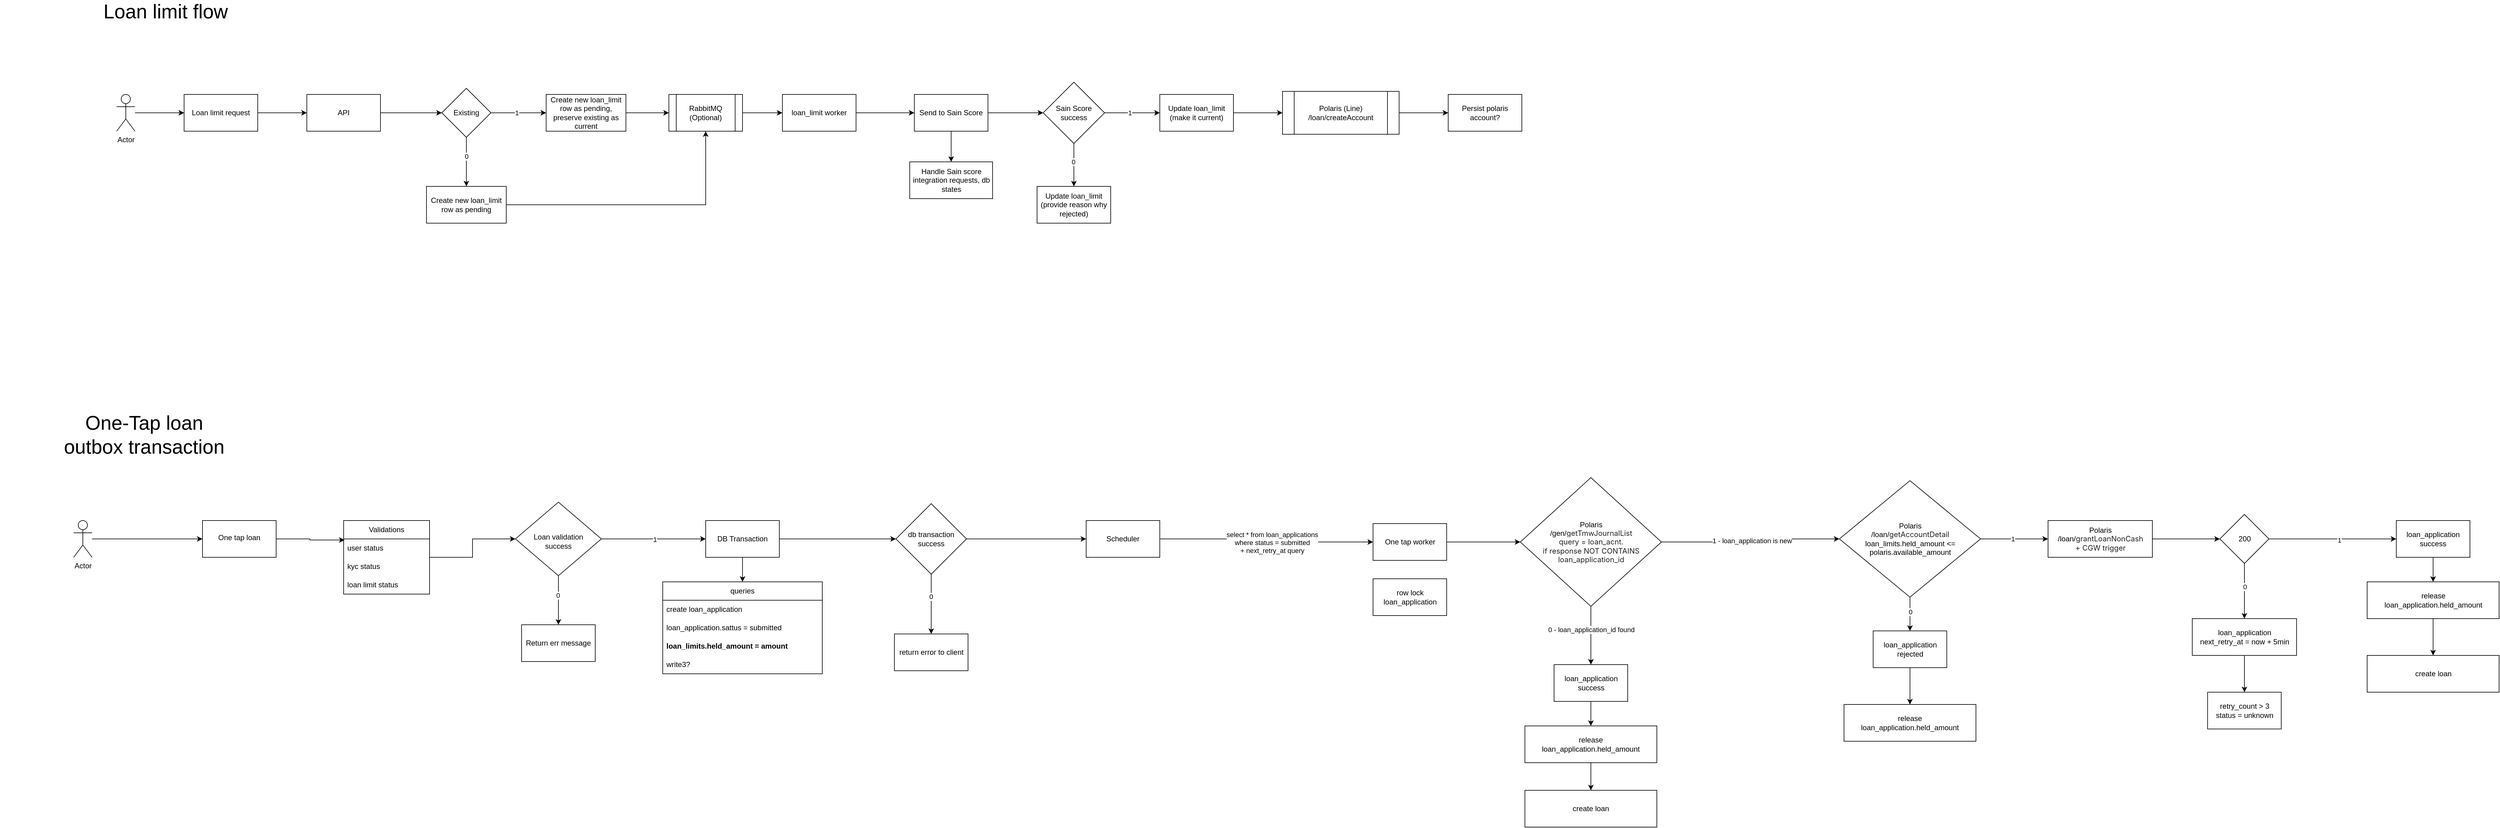
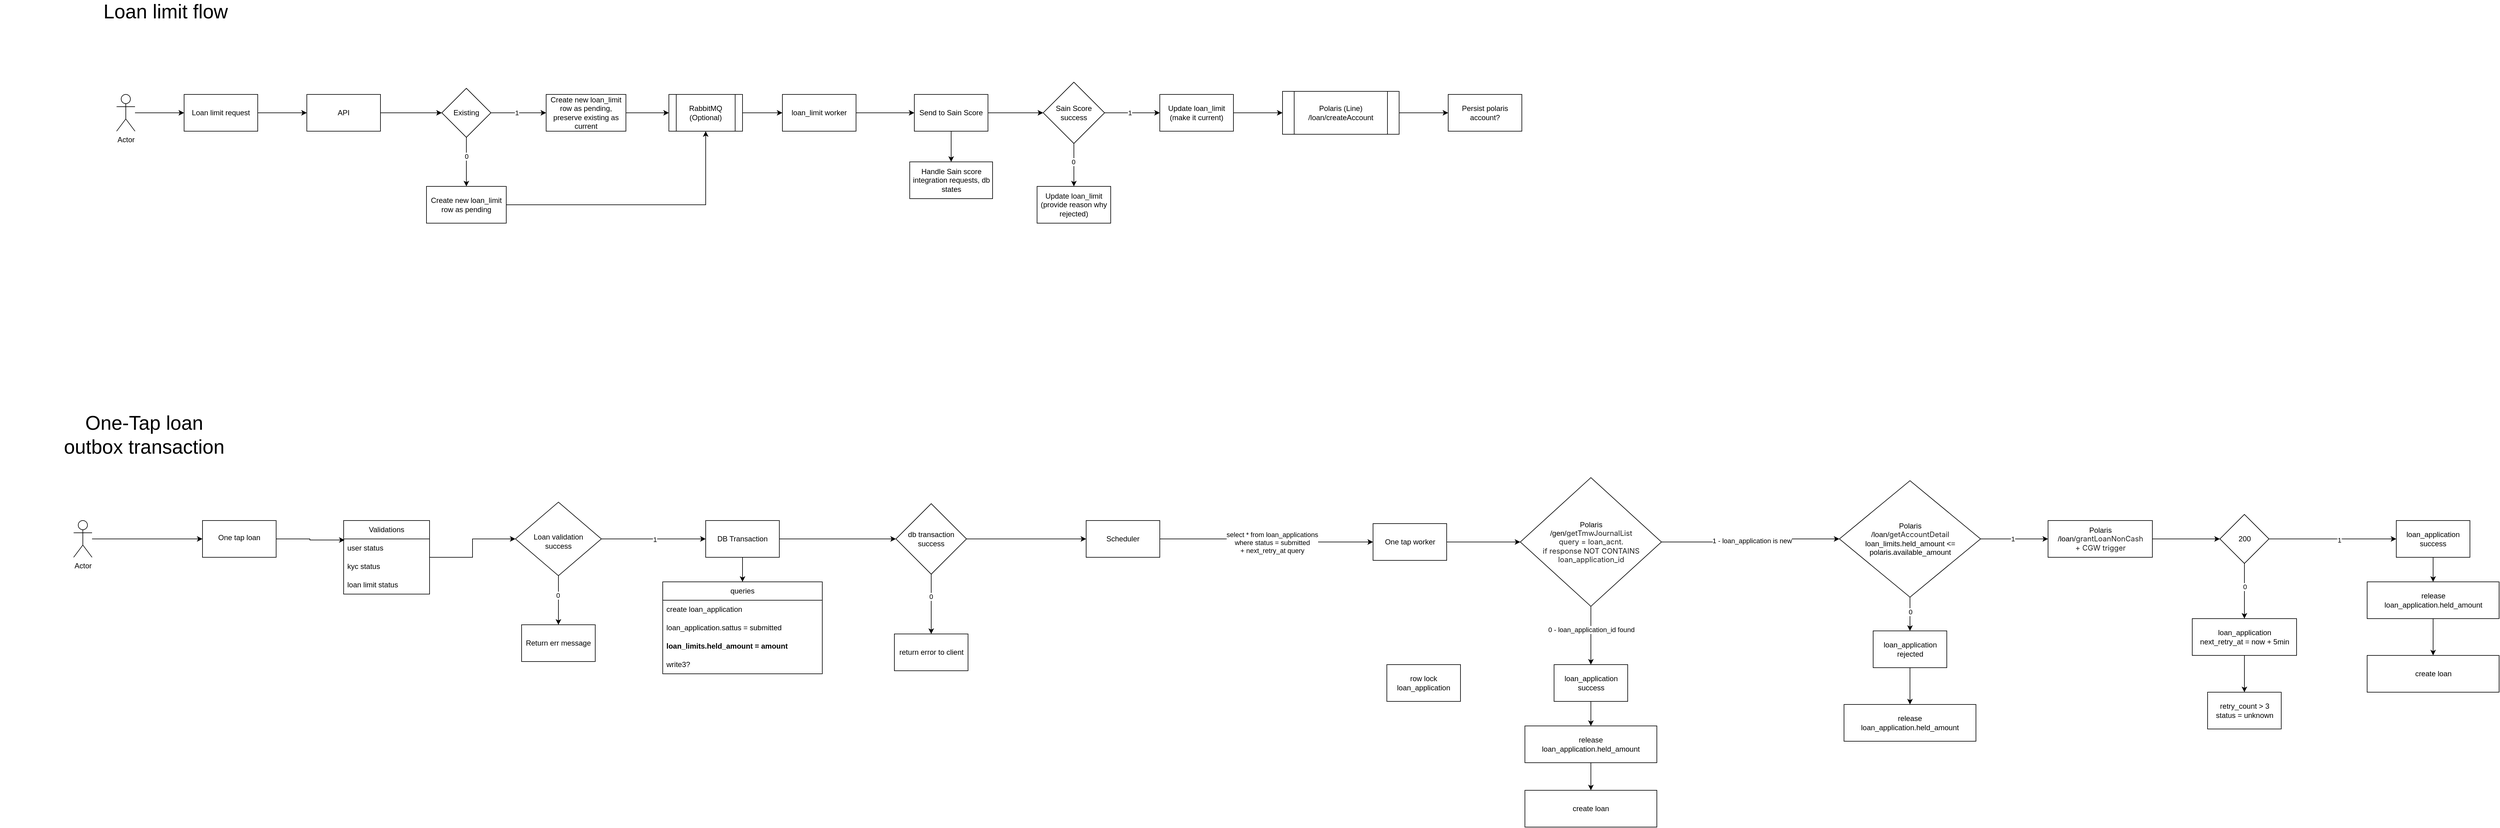
<mxfile host="app.diagrams.net">
  <diagram name="Page-1" id="VCBSuIh8bz7kurrQ0Zaz">
    <mxGraphModel dx="2067" dy="712" grid="1" gridSize="10" guides="1" tooltips="1" connect="1" arrows="1" fold="1" page="1" pageScale="1" pageWidth="850" pageHeight="1100" math="0" shadow="0">
      <root>
        <mxCell id="0" />
        <mxCell id="1" parent="0" />
        <mxCell id="KqixbsF9o6dLofBvsG9t-5" edge="1" parent="1" source="KqixbsF9o6dLofBvsG9t-1" style="edgeStyle=orthogonalEdgeStyle;rounded=0;orthogonalLoop=1;jettySize=auto;html=1;" target="KqixbsF9o6dLofBvsG9t-4" value="">
          <mxGeometry relative="1" as="geometry" />
        </mxCell>
        <mxCell id="KqixbsF9o6dLofBvsG9t-1" parent="1" style="rounded=0;whiteSpace=wrap;html=1;" value="Loan limit request" vertex="1">
          <mxGeometry height="60" width="120" x="150" y="210" as="geometry" />
        </mxCell>
        <mxCell id="KqixbsF9o6dLofBvsG9t-3" edge="1" parent="1" source="KqixbsF9o6dLofBvsG9t-2" style="edgeStyle=orthogonalEdgeStyle;rounded=0;orthogonalLoop=1;jettySize=auto;html=1;" target="KqixbsF9o6dLofBvsG9t-1" value="">
          <mxGeometry relative="1" as="geometry" />
        </mxCell>
        <mxCell id="KqixbsF9o6dLofBvsG9t-2" parent="1" style="shape=umlActor;verticalLabelPosition=bottom;verticalAlign=top;html=1;outlineConnect=0;" value="Actor" vertex="1">
          <mxGeometry height="60" width="30" x="40" y="210" as="geometry" />
        </mxCell>
        <mxCell id="KqixbsF9o6dLofBvsG9t-9" edge="1" parent="1" source="KqixbsF9o6dLofBvsG9t-4" style="edgeStyle=orthogonalEdgeStyle;rounded=0;orthogonalLoop=1;jettySize=auto;html=1;" target="KqixbsF9o6dLofBvsG9t-8" value="">
          <mxGeometry relative="1" as="geometry" />
        </mxCell>
        <mxCell id="KqixbsF9o6dLofBvsG9t-4" parent="1" style="rounded=0;whiteSpace=wrap;html=1;" value="API" vertex="1">
          <mxGeometry height="60" width="120" x="350" y="210" as="geometry" />
        </mxCell>
        <mxCell id="KqixbsF9o6dLofBvsG9t-11" edge="1" parent="1" source="KqixbsF9o6dLofBvsG9t-8" style="edgeStyle=orthogonalEdgeStyle;rounded=0;orthogonalLoop=1;jettySize=auto;html=1;" target="KqixbsF9o6dLofBvsG9t-10" value="">
          <mxGeometry relative="1" as="geometry" />
        </mxCell>
        <mxCell id="KqixbsF9o6dLofBvsG9t-12" connectable="0" parent="KqixbsF9o6dLofBvsG9t-11" style="edgeLabel;html=1;align=center;verticalAlign=middle;resizable=0;points=[];" value="1" vertex="1">
          <mxGeometry relative="1" x="-0.079" as="geometry">
            <mxPoint as="offset" />
          </mxGeometry>
        </mxCell>
        <mxCell id="KqixbsF9o6dLofBvsG9t-14" edge="1" parent="1" source="KqixbsF9o6dLofBvsG9t-8" style="edgeStyle=orthogonalEdgeStyle;rounded=0;orthogonalLoop=1;jettySize=auto;html=1;" target="KqixbsF9o6dLofBvsG9t-13" value="">
          <mxGeometry relative="1" as="geometry" />
        </mxCell>
        <mxCell id="KqixbsF9o6dLofBvsG9t-15" connectable="0" parent="KqixbsF9o6dLofBvsG9t-14" style="edgeLabel;html=1;align=center;verticalAlign=middle;resizable=0;points=[];" value="0" vertex="1">
          <mxGeometry relative="1" x="-0.2407" as="geometry">
            <mxPoint as="offset" />
          </mxGeometry>
        </mxCell>
        <mxCell id="KqixbsF9o6dLofBvsG9t-8" parent="1" style="rhombus;whiteSpace=wrap;html=1;rounded=0;" value="Existing" vertex="1">
          <mxGeometry height="80" width="80" x="570" y="200" as="geometry" />
        </mxCell>
        <mxCell id="KqixbsF9o6dLofBvsG9t-23" edge="1" parent="1" source="KqixbsF9o6dLofBvsG9t-10" style="edgeStyle=orthogonalEdgeStyle;rounded=0;orthogonalLoop=1;jettySize=auto;html=1;" target="KqixbsF9o6dLofBvsG9t-22" value="">
          <mxGeometry relative="1" as="geometry" />
        </mxCell>
        <mxCell id="KqixbsF9o6dLofBvsG9t-10" parent="1" style="whiteSpace=wrap;html=1;rounded=0;" value="Create new loan_limit row as pending, preserve existing as current" vertex="1">
          <mxGeometry height="60" width="130" x="740" y="210" as="geometry" />
        </mxCell>
        <mxCell id="KqixbsF9o6dLofBvsG9t-26" edge="1" parent="1" source="KqixbsF9o6dLofBvsG9t-13" style="edgeStyle=orthogonalEdgeStyle;rounded=0;orthogonalLoop=1;jettySize=auto;html=1;entryX=0.5;entryY=1;entryDx=0;entryDy=0;" target="KqixbsF9o6dLofBvsG9t-22">
          <mxGeometry relative="1" as="geometry" />
        </mxCell>
        <mxCell id="KqixbsF9o6dLofBvsG9t-13" parent="1" style="whiteSpace=wrap;html=1;rounded=0;" value="Create new loan_limit row as pending" vertex="1">
          <mxGeometry height="60" width="130" x="545" y="360" as="geometry" />
        </mxCell>
        <mxCell id="KqixbsF9o6dLofBvsG9t-25" edge="1" parent="1" source="KqixbsF9o6dLofBvsG9t-22" style="edgeStyle=orthogonalEdgeStyle;rounded=0;orthogonalLoop=1;jettySize=auto;html=1;" target="KqixbsF9o6dLofBvsG9t-24" value="">
          <mxGeometry relative="1" as="geometry" />
        </mxCell>
        <mxCell id="KqixbsF9o6dLofBvsG9t-22" parent="1" style="shape=process;whiteSpace=wrap;html=1;backgroundOutline=1;rounded=0;" value="RabbitMQ (Optional)" vertex="1">
          <mxGeometry height="60" width="120" x="940" y="210" as="geometry" />
        </mxCell>
        <mxCell id="KqixbsF9o6dLofBvsG9t-28" edge="1" parent="1" source="KqixbsF9o6dLofBvsG9t-24" style="edgeStyle=orthogonalEdgeStyle;rounded=0;orthogonalLoop=1;jettySize=auto;html=1;" target="KqixbsF9o6dLofBvsG9t-27" value="">
          <mxGeometry relative="1" as="geometry" />
        </mxCell>
        <mxCell id="KqixbsF9o6dLofBvsG9t-24" parent="1" style="whiteSpace=wrap;html=1;rounded=0;" value="loan_limit worker" vertex="1">
          <mxGeometry height="60" width="120" x="1125" y="210" as="geometry" />
        </mxCell>
        <mxCell id="KqixbsF9o6dLofBvsG9t-30" edge="1" parent="1" source="KqixbsF9o6dLofBvsG9t-27" style="edgeStyle=orthogonalEdgeStyle;rounded=0;orthogonalLoop=1;jettySize=auto;html=1;" target="KqixbsF9o6dLofBvsG9t-29" value="">
          <mxGeometry relative="1" as="geometry" />
        </mxCell>
        <mxCell id="KqixbsF9o6dLofBvsG9t-38" edge="1" parent="1" source="KqixbsF9o6dLofBvsG9t-27" style="edgeStyle=orthogonalEdgeStyle;rounded=0;orthogonalLoop=1;jettySize=auto;html=1;" target="KqixbsF9o6dLofBvsG9t-37" value="">
          <mxGeometry relative="1" as="geometry" />
        </mxCell>
        <mxCell id="KqixbsF9o6dLofBvsG9t-27" parent="1" style="whiteSpace=wrap;html=1;rounded=0;" value="Send to Sain Score" vertex="1">
          <mxGeometry height="60" width="120" x="1340" y="210" as="geometry" />
        </mxCell>
        <mxCell id="KqixbsF9o6dLofBvsG9t-32" edge="1" parent="1" source="KqixbsF9o6dLofBvsG9t-29" style="edgeStyle=orthogonalEdgeStyle;rounded=0;orthogonalLoop=1;jettySize=auto;html=1;" target="KqixbsF9o6dLofBvsG9t-31" value="">
          <mxGeometry relative="1" as="geometry" />
        </mxCell>
        <mxCell id="KqixbsF9o6dLofBvsG9t-33" connectable="0" parent="KqixbsF9o6dLofBvsG9t-32" style="edgeLabel;html=1;align=center;verticalAlign=middle;resizable=0;points=[];" value="1" vertex="1">
          <mxGeometry relative="1" x="-0.1048" as="geometry">
            <mxPoint as="offset" />
          </mxGeometry>
        </mxCell>
        <mxCell id="KqixbsF9o6dLofBvsG9t-35" edge="1" parent="1" source="KqixbsF9o6dLofBvsG9t-29" style="edgeStyle=orthogonalEdgeStyle;rounded=0;orthogonalLoop=1;jettySize=auto;html=1;" target="KqixbsF9o6dLofBvsG9t-34" value="">
          <mxGeometry relative="1" as="geometry" />
        </mxCell>
        <mxCell id="KqixbsF9o6dLofBvsG9t-36" connectable="0" parent="KqixbsF9o6dLofBvsG9t-35" style="edgeLabel;html=1;align=center;verticalAlign=middle;resizable=0;points=[];" value="0" vertex="1">
          <mxGeometry relative="1" x="-0.1429" y="-1" as="geometry">
            <mxPoint as="offset" />
          </mxGeometry>
        </mxCell>
        <mxCell id="KqixbsF9o6dLofBvsG9t-29" parent="1" style="rhombus;whiteSpace=wrap;html=1;rounded=0;" value="Sain Score success" vertex="1">
          <mxGeometry height="100" width="100" x="1550" y="190" as="geometry" />
        </mxCell>
        <mxCell id="KqixbsF9o6dLofBvsG9t-66" edge="1" parent="1" source="KqixbsF9o6dLofBvsG9t-31" style="edgeStyle=orthogonalEdgeStyle;rounded=0;orthogonalLoop=1;jettySize=auto;html=1;" target="KqixbsF9o6dLofBvsG9t-65" value="">
          <mxGeometry relative="1" as="geometry" />
        </mxCell>
        <mxCell id="KqixbsF9o6dLofBvsG9t-31" parent="1" style="whiteSpace=wrap;html=1;rounded=0;" value="Update loan_limit (make it current)" vertex="1">
          <mxGeometry height="60" width="120" x="1740" y="210" as="geometry" />
        </mxCell>
        <mxCell id="KqixbsF9o6dLofBvsG9t-34" parent="1" style="whiteSpace=wrap;html=1;rounded=0;" value="Update loan_limit&lt;br&gt;(provide reason why rejected)" vertex="1">
          <mxGeometry height="60" width="120" x="1540" y="360" as="geometry" />
        </mxCell>
        <mxCell id="KqixbsF9o6dLofBvsG9t-37" parent="1" style="whiteSpace=wrap;html=1;rounded=0;" value="Handle Sain score integration requests, db states" vertex="1">
          <mxGeometry height="60" width="135" x="1332.5" y="320" as="geometry" />
        </mxCell>
        <mxCell id="KqixbsF9o6dLofBvsG9t-40" parent="1" style="text;html=1;whiteSpace=wrap;strokeColor=none;fillColor=none;align=center;verticalAlign=middle;rounded=0;fontSize=32;" value="Loan limit flow" vertex="1">
          <mxGeometry height="30" width="260" x="-10" y="60" as="geometry" />
        </mxCell>
        <mxCell id="KqixbsF9o6dLofBvsG9t-74" edge="1" parent="1" source="KqixbsF9o6dLofBvsG9t-65" style="edgeStyle=orthogonalEdgeStyle;rounded=0;orthogonalLoop=1;jettySize=auto;html=1;" target="KqixbsF9o6dLofBvsG9t-73" value="">
          <mxGeometry relative="1" as="geometry" />
        </mxCell>
        <mxCell id="KqixbsF9o6dLofBvsG9t-65" parent="1" style="shape=process;whiteSpace=wrap;html=1;backgroundOutline=1;rounded=0;" value="Polaris (Line)&lt;br&gt;/loan/createAccount" vertex="1">
          <mxGeometry height="70" width="190" x="1940" y="205" as="geometry" />
        </mxCell>
        <mxCell id="KqixbsF9o6dLofBvsG9t-73" parent="1" style="whiteSpace=wrap;html=1;rounded=0;" value="Persist polaris account?" vertex="1">
          <mxGeometry height="60" width="120" x="2210" y="210" as="geometry" />
        </mxCell>
        <mxCell id="U8Ajh8Gpa-m2DNKNFQys-1" parent="1" style="text;html=1;whiteSpace=wrap;strokeColor=none;fillColor=none;align=center;verticalAlign=middle;rounded=0;fontSize=32;" value="One-Tap loan&lt;br&gt;outbox transaction" vertex="1">
          <mxGeometry height="30" width="470" x="-150" y="750" as="geometry" />
        </mxCell>
        <mxCell id="In8fDh9ZLN2M87an2Miy-1" edge="1" parent="1" source="In8fDh9ZLN2M87an2Miy-2" style="edgeStyle=orthogonalEdgeStyle;rounded=0;orthogonalLoop=1;jettySize=auto;html=1;" target="In8fDh9ZLN2M87an2Miy-4" value="">
          <mxGeometry relative="1" as="geometry" />
        </mxCell>
        <mxCell id="In8fDh9ZLN2M87an2Miy-2" parent="1" style="shape=umlActor;verticalLabelPosition=bottom;verticalAlign=top;html=1;outlineConnect=0;" value="Actor" vertex="1">
          <mxGeometry height="60" width="30" x="-30" y="905" as="geometry" />
        </mxCell>
        <mxCell id="In8fDh9ZLN2M87an2Miy-3" edge="1" parent="1" source="In8fDh9ZLN2M87an2Miy-4" style="edgeStyle=orthogonalEdgeStyle;rounded=0;orthogonalLoop=1;jettySize=auto;html=1;entryX=0.011;entryY=0.06;entryDx=0;entryDy=0;entryPerimeter=0;" target="In8fDh9ZLN2M87an2Miy-28" value="">
          <mxGeometry relative="1" as="geometry">
            <mxPoint x="390" y="935" as="targetPoint" />
          </mxGeometry>
        </mxCell>
        <mxCell id="In8fDh9ZLN2M87an2Miy-4" parent="1" style="whiteSpace=wrap;html=1;verticalAlign=top;" value="&lt;div&gt;&lt;br&gt;&lt;/div&gt;&lt;div&gt;One tap loan&lt;/div&gt;" vertex="1">
          <mxGeometry height="60" width="120" x="180" y="905" as="geometry" />
        </mxCell>
        <mxCell id="In8fDh9ZLN2M87an2Miy-5" edge="1" parent="1" source="In8fDh9ZLN2M87an2Miy-9" style="edgeStyle=orthogonalEdgeStyle;rounded=0;orthogonalLoop=1;jettySize=auto;html=1;" target="In8fDh9ZLN2M87an2Miy-12" value="">
          <mxGeometry relative="1" as="geometry" />
        </mxCell>
        <mxCell id="In8fDh9ZLN2M87an2Miy-6" connectable="0" parent="In8fDh9ZLN2M87an2Miy-5" style="edgeLabel;html=1;align=center;verticalAlign=middle;resizable=0;points=[];" value="1" vertex="1">
          <mxGeometry relative="1" x="0.0162" y="-1" as="geometry">
            <mxPoint as="offset" />
          </mxGeometry>
        </mxCell>
        <mxCell id="In8fDh9ZLN2M87an2Miy-7" edge="1" parent="1" source="In8fDh9ZLN2M87an2Miy-9" style="edgeStyle=orthogonalEdgeStyle;rounded=0;orthogonalLoop=1;jettySize=auto;html=1;" target="In8fDh9ZLN2M87an2Miy-13" value="">
          <mxGeometry relative="1" as="geometry" />
        </mxCell>
        <mxCell id="In8fDh9ZLN2M87an2Miy-8" connectable="0" parent="In8fDh9ZLN2M87an2Miy-7" style="edgeLabel;html=1;align=center;verticalAlign=middle;resizable=0;points=[];" value="0" vertex="1">
          <mxGeometry relative="1" x="-0.2091" y="-1" as="geometry">
            <mxPoint as="offset" />
          </mxGeometry>
        </mxCell>
        <mxCell id="In8fDh9ZLN2M87an2Miy-9" parent="1" style="rhombus;whiteSpace=wrap;html=1;verticalAlign=top;" value="&lt;br&gt;&lt;br&gt;&lt;div&gt;&lt;br&gt;&lt;/div&gt;&lt;div&gt;Loan validation&lt;br&gt;success&lt;/div&gt;" vertex="1">
          <mxGeometry height="120" width="140" x="690" y="875" as="geometry" />
        </mxCell>
        <mxCell id="In8fDh9ZLN2M87an2Miy-10" edge="1" parent="1" source="In8fDh9ZLN2M87an2Miy-12" style="edgeStyle=orthogonalEdgeStyle;rounded=0;orthogonalLoop=1;jettySize=auto;html=1;entryX=0.5;entryY=0;entryDx=0;entryDy=0;" target="In8fDh9ZLN2M87an2Miy-14">
          <mxGeometry relative="1" as="geometry" />
        </mxCell>
        <mxCell id="In8fDh9ZLN2M87an2Miy-54" edge="1" parent="1" source="In8fDh9ZLN2M87an2Miy-105" style="edgeStyle=orthogonalEdgeStyle;rounded=0;orthogonalLoop=1;jettySize=auto;html=1;exitX=1;exitY=0.5;exitDx=0;exitDy=0;" target="In8fDh9ZLN2M87an2Miy-53" value="">
          <mxGeometry relative="1" as="geometry">
            <mxPoint x="1830" y="940" as="sourcePoint" />
          </mxGeometry>
        </mxCell>
        <mxCell id="In8fDh9ZLN2M87an2Miy-55" connectable="0" parent="In8fDh9ZLN2M87an2Miy-54" style="edgeLabel;html=1;align=center;verticalAlign=middle;resizable=0;points=[];" value="select * from loan_applications&lt;br&gt;where status = submitted&lt;br&gt;+ next_retry_at query" vertex="1">
          <mxGeometry relative="1" x="0.0637" y="-1" as="geometry">
            <mxPoint as="offset" />
          </mxGeometry>
        </mxCell>
        <mxCell id="In8fDh9ZLN2M87an2Miy-99" edge="1" parent="1" source="In8fDh9ZLN2M87an2Miy-12" style="edgeStyle=orthogonalEdgeStyle;rounded=0;orthogonalLoop=1;jettySize=auto;html=1;" target="In8fDh9ZLN2M87an2Miy-98" value="">
          <mxGeometry relative="1" as="geometry" />
        </mxCell>
        <mxCell id="In8fDh9ZLN2M87an2Miy-12" parent="1" style="whiteSpace=wrap;html=1;verticalAlign=middle;" value="DB Transaction" vertex="1">
          <mxGeometry height="60" width="120" x="1000" y="905" as="geometry" />
        </mxCell>
        <mxCell id="In8fDh9ZLN2M87an2Miy-13" parent="1" style="whiteSpace=wrap;html=1;verticalAlign=middle;" value="Return err message" vertex="1">
          <mxGeometry height="60" width="120" x="700" y="1075" as="geometry" />
        </mxCell>
        <mxCell id="In8fDh9ZLN2M87an2Miy-14" parent="1" style="swimlane;fontStyle=0;childLayout=stackLayout;horizontal=1;startSize=30;horizontalStack=0;resizeParent=1;resizeParentMax=0;resizeLast=0;collapsible=1;marginBottom=0;whiteSpace=wrap;html=1;" value="queries" vertex="1">
          <mxGeometry height="150" width="260" x="930" y="1005" as="geometry" />
        </mxCell>
        <mxCell id="In8fDh9ZLN2M87an2Miy-15" parent="In8fDh9ZLN2M87an2Miy-14" style="text;strokeColor=none;fillColor=none;align=left;verticalAlign=middle;spacingLeft=4;spacingRight=4;overflow=hidden;points=[[0,0.5],[1,0.5]];portConstraint=eastwest;rotatable=0;whiteSpace=wrap;html=1;" value="create loan_application" vertex="1">
          <mxGeometry height="30" width="260" y="30" as="geometry" />
        </mxCell>
        <mxCell id="In8fDh9ZLN2M87an2Miy-104" parent="In8fDh9ZLN2M87an2Miy-14" style="text;strokeColor=none;fillColor=none;align=left;verticalAlign=middle;spacingLeft=4;spacingRight=4;overflow=hidden;points=[[0,0.5],[1,0.5]];portConstraint=eastwest;rotatable=0;whiteSpace=wrap;html=1;" value="loan_application.sattus = submitted" vertex="1">
          <mxGeometry height="30" width="260" y="60" as="geometry" />
        </mxCell>
        <mxCell id="In8fDh9ZLN2M87an2Miy-16" parent="In8fDh9ZLN2M87an2Miy-14" style="text;strokeColor=none;fillColor=none;align=left;verticalAlign=middle;spacingLeft=4;spacingRight=4;overflow=hidden;points=[[0,0.5],[1,0.5]];portConstraint=eastwest;rotatable=0;whiteSpace=wrap;html=1;fontStyle=1" value="loan_limits.held_amount = amount" vertex="1">
          <mxGeometry height="30" width="260" y="90" as="geometry" />
        </mxCell>
        <mxCell id="In8fDh9ZLN2M87an2Miy-17" parent="In8fDh9ZLN2M87an2Miy-14" style="text;strokeColor=none;fillColor=none;align=left;verticalAlign=middle;spacingLeft=4;spacingRight=4;overflow=hidden;points=[[0,0.5],[1,0.5]];portConstraint=eastwest;rotatable=0;whiteSpace=wrap;html=1;" value="write3?" vertex="1">
          <mxGeometry height="30" width="260" y="120" as="geometry" />
        </mxCell>
        <mxCell id="In8fDh9ZLN2M87an2Miy-32" edge="1" parent="1" source="In8fDh9ZLN2M87an2Miy-27" style="edgeStyle=orthogonalEdgeStyle;rounded=0;orthogonalLoop=1;jettySize=auto;html=1;entryX=0;entryY=0.5;entryDx=0;entryDy=0;" target="In8fDh9ZLN2M87an2Miy-9">
          <mxGeometry relative="1" as="geometry" />
        </mxCell>
        <mxCell id="In8fDh9ZLN2M87an2Miy-27" parent="1" style="swimlane;fontStyle=0;childLayout=stackLayout;horizontal=1;startSize=30;horizontalStack=0;resizeParent=1;resizeParentMax=0;resizeLast=0;collapsible=1;marginBottom=0;whiteSpace=wrap;html=1;" value="Validations" vertex="1">
          <mxGeometry height="120" width="140" x="410" y="905" as="geometry" />
        </mxCell>
        <mxCell id="In8fDh9ZLN2M87an2Miy-28" parent="In8fDh9ZLN2M87an2Miy-27" style="text;strokeColor=none;fillColor=none;align=left;verticalAlign=middle;spacingLeft=4;spacingRight=4;overflow=hidden;points=[[0,0.5],[1,0.5]];portConstraint=eastwest;rotatable=0;whiteSpace=wrap;html=1;" value="user status" vertex="1">
          <mxGeometry height="30" width="140" y="30" as="geometry" />
        </mxCell>
        <mxCell id="In8fDh9ZLN2M87an2Miy-29" parent="In8fDh9ZLN2M87an2Miy-27" style="text;strokeColor=none;fillColor=none;align=left;verticalAlign=middle;spacingLeft=4;spacingRight=4;overflow=hidden;points=[[0,0.5],[1,0.5]];portConstraint=eastwest;rotatable=0;whiteSpace=wrap;html=1;" value="kyc status" vertex="1">
          <mxGeometry height="30" width="140" y="60" as="geometry" />
        </mxCell>
        <mxCell id="In8fDh9ZLN2M87an2Miy-33" parent="In8fDh9ZLN2M87an2Miy-27" style="text;strokeColor=none;fillColor=none;align=left;verticalAlign=middle;spacingLeft=4;spacingRight=4;overflow=hidden;points=[[0,0.5],[1,0.5]];portConstraint=eastwest;rotatable=0;whiteSpace=wrap;html=1;" value="loan limit status" vertex="1">
          <mxGeometry height="30" width="140" y="90" as="geometry" />
        </mxCell>
        <mxCell id="In8fDh9ZLN2M87an2Miy-70" edge="1" parent="1" source="In8fDh9ZLN2M87an2Miy-53" style="edgeStyle=orthogonalEdgeStyle;rounded=0;orthogonalLoop=1;jettySize=auto;html=1;entryX=0;entryY=0.5;entryDx=0;entryDy=0;" target="In8fDh9ZLN2M87an2Miy-69">
          <mxGeometry relative="1" as="geometry" />
        </mxCell>
        <mxCell id="In8fDh9ZLN2M87an2Miy-53" parent="1" style="whiteSpace=wrap;html=1;" value="One tap worker" vertex="1">
          <mxGeometry height="60" width="120" x="2087.5" y="910" as="geometry" />
        </mxCell>
        <mxCell id="In8fDh9ZLN2M87an2Miy-67" edge="1" parent="1" source="In8fDh9ZLN2M87an2Miy-58" style="edgeStyle=orthogonalEdgeStyle;rounded=0;orthogonalLoop=1;jettySize=auto;html=1;entryX=0;entryY=0.5;entryDx=0;entryDy=0;" target="In8fDh9ZLN2M87an2Miy-66" value="">
          <mxGeometry relative="1" as="geometry">
            <mxPoint x="3482.5" y="935" as="targetPoint" />
          </mxGeometry>
        </mxCell>
        <mxCell id="In8fDh9ZLN2M87an2Miy-58" parent="1" style="whiteSpace=wrap;html=1;" value="Polaris /loan/&lt;span style=&quot;color: rgb(33, 33, 33); font-family: Inter, system-ui, -apple-system, &amp;quot;system-ui&amp;quot;, &amp;quot;Segoe UI&amp;quot;, Roboto, Oxygen, Ubuntu, Cantarell, &amp;quot;Fira Sans&amp;quot;, &amp;quot;Droid Sans&amp;quot;, Helvetica, Arial, sans-serif; text-align: left; white-space: pre-wrap; background-color: rgb(255, 255, 255);&quot;&gt;grantLoanNonCash&lt;br/&gt;+ CGW trigger&lt;/span&gt;" vertex="1">
          <mxGeometry height="60" width="170" x="3187.5" y="905" as="geometry" />
        </mxCell>
        <mxCell id="In8fDh9ZLN2M87an2Miy-62" edge="1" parent="1" source="In8fDh9ZLN2M87an2Miy-59" style="edgeStyle=orthogonalEdgeStyle;rounded=0;orthogonalLoop=1;jettySize=auto;html=1;" target="In8fDh9ZLN2M87an2Miy-61" value="">
          <mxGeometry relative="1" as="geometry" />
        </mxCell>
        <mxCell id="In8fDh9ZLN2M87an2Miy-91" connectable="0" parent="In8fDh9ZLN2M87an2Miy-62" style="edgeLabel;html=1;align=center;verticalAlign=middle;resizable=0;points=[];" value="0" vertex="1">
          <mxGeometry relative="1" x="-0.1431" as="geometry">
            <mxPoint as="offset" />
          </mxGeometry>
        </mxCell>
        <mxCell id="In8fDh9ZLN2M87an2Miy-65" edge="1" parent="1" source="In8fDh9ZLN2M87an2Miy-59" style="edgeStyle=orthogonalEdgeStyle;rounded=0;orthogonalLoop=1;jettySize=auto;html=1;" target="In8fDh9ZLN2M87an2Miy-58">
          <mxGeometry relative="1" as="geometry" />
        </mxCell>
        <mxCell id="In8fDh9ZLN2M87an2Miy-90" connectable="0" parent="In8fDh9ZLN2M87an2Miy-65" style="edgeLabel;html=1;align=center;verticalAlign=middle;resizable=0;points=[];" value="1" vertex="1">
          <mxGeometry relative="1" x="-0.0451" as="geometry">
            <mxPoint as="offset" />
          </mxGeometry>
        </mxCell>
        <mxCell id="In8fDh9ZLN2M87an2Miy-59" parent="1" style="rhombus;whiteSpace=wrap;html=1;" value="Polaris&lt;br&gt;/loan/&lt;span style=&quot;color: rgb(33, 33, 33); font-family: Inter, system-ui, -apple-system, &amp;quot;system-ui&amp;quot;, &amp;quot;Segoe UI&amp;quot;, Roboto, Oxygen, Ubuntu, Cantarell, &amp;quot;Fira Sans&amp;quot;, &amp;quot;Droid Sans&amp;quot;, Helvetica, Arial, sans-serif; text-align: left; white-space: pre-wrap; background-color: rgb(255, 255, 255);&quot;&gt;getAccountDetail&lt;/span&gt;&lt;br&gt;loan_limits.held_amount &amp;lt;= polaris.available_amount" vertex="1">
          <mxGeometry height="190" width="230" x="2847.5" y="840" as="geometry" />
        </mxCell>
        <mxCell id="In8fDh9ZLN2M87an2Miy-64" edge="1" parent="1" source="In8fDh9ZLN2M87an2Miy-61" style="edgeStyle=orthogonalEdgeStyle;rounded=0;orthogonalLoop=1;jettySize=auto;html=1;" target="In8fDh9ZLN2M87an2Miy-63" value="">
          <mxGeometry relative="1" as="geometry" />
        </mxCell>
        <mxCell id="In8fDh9ZLN2M87an2Miy-61" parent="1" style="whiteSpace=wrap;html=1;" value="loan_application&lt;br&gt;rejected" vertex="1">
          <mxGeometry height="60" width="120" x="2902.5" y="1085" as="geometry" />
        </mxCell>
        <mxCell id="In8fDh9ZLN2M87an2Miy-63" parent="1" style="whiteSpace=wrap;html=1;" value="release &lt;br&gt;loan_application.held_amount" vertex="1">
          <mxGeometry height="60" width="215" x="2855" y="1205" as="geometry" />
        </mxCell>
        <mxCell id="In8fDh9ZLN2M87an2Miy-81" edge="1" parent="1" source="In8fDh9ZLN2M87an2Miy-66" style="edgeStyle=orthogonalEdgeStyle;rounded=0;orthogonalLoop=1;jettySize=auto;html=1;entryX=0;entryY=0.5;entryDx=0;entryDy=0;" target="In8fDh9ZLN2M87an2Miy-79">
          <mxGeometry relative="1" as="geometry" />
        </mxCell>
        <mxCell id="In8fDh9ZLN2M87an2Miy-92" connectable="0" parent="In8fDh9ZLN2M87an2Miy-81" style="edgeLabel;html=1;align=center;verticalAlign=middle;resizable=0;points=[];" value="1" vertex="1">
          <mxGeometry relative="1" x="0.1055" y="-2" as="geometry">
            <mxPoint as="offset" />
          </mxGeometry>
        </mxCell>
        <mxCell id="In8fDh9ZLN2M87an2Miy-83" edge="1" parent="1" source="In8fDh9ZLN2M87an2Miy-66" style="edgeStyle=orthogonalEdgeStyle;rounded=0;orthogonalLoop=1;jettySize=auto;html=1;" target="In8fDh9ZLN2M87an2Miy-82" value="">
          <mxGeometry relative="1" as="geometry" />
        </mxCell>
        <mxCell id="In8fDh9ZLN2M87an2Miy-93" connectable="0" parent="In8fDh9ZLN2M87an2Miy-83" style="edgeLabel;html=1;align=center;verticalAlign=middle;resizable=0;points=[];" value="0" vertex="1">
          <mxGeometry relative="1" x="-0.1623" as="geometry">
            <mxPoint as="offset" />
          </mxGeometry>
        </mxCell>
        <mxCell id="In8fDh9ZLN2M87an2Miy-66" parent="1" style="rhombus;whiteSpace=wrap;html=1;" value="200" vertex="1">
          <mxGeometry height="80" width="80" x="3467.5" y="895" as="geometry" />
        </mxCell>
        <mxCell id="In8fDh9ZLN2M87an2Miy-68" parent="1" style="whiteSpace=wrap;html=1;" value="row lock&lt;br&gt;loan_application" vertex="1">
-           <mxGeometry height="60" width="120" x="2087.5" y="1000" as="geometry" />
+           <mxGeometry height="60" width="120" x="2110" y="1140" as="geometry" />
        </mxCell>
        <mxCell id="In8fDh9ZLN2M87an2Miy-71" edge="1" parent="1" source="In8fDh9ZLN2M87an2Miy-69" style="edgeStyle=orthogonalEdgeStyle;rounded=0;orthogonalLoop=1;jettySize=auto;html=1;entryX=0;entryY=0.5;entryDx=0;entryDy=0;" target="In8fDh9ZLN2M87an2Miy-59">
          <mxGeometry relative="1" as="geometry" />
        </mxCell>
        <mxCell id="In8fDh9ZLN2M87an2Miy-77" connectable="0" parent="In8fDh9ZLN2M87an2Miy-71" style="edgeLabel;html=1;align=center;verticalAlign=middle;resizable=0;points=[];" value="1 - loan_application is new" vertex="1">
          <mxGeometry relative="1" x="0.0312" y="-3" as="geometry">
            <mxPoint as="offset" />
          </mxGeometry>
        </mxCell>
        <mxCell id="In8fDh9ZLN2M87an2Miy-73" edge="1" parent="1" source="In8fDh9ZLN2M87an2Miy-69" style="edgeStyle=orthogonalEdgeStyle;rounded=0;orthogonalLoop=1;jettySize=auto;html=1;" target="In8fDh9ZLN2M87an2Miy-72" value="">
          <mxGeometry relative="1" as="geometry" />
        </mxCell>
        <mxCell id="In8fDh9ZLN2M87an2Miy-74" connectable="0" parent="In8fDh9ZLN2M87an2Miy-73" style="edgeLabel;html=1;align=center;verticalAlign=middle;resizable=0;points=[];" value="0 - loan_application_id found" vertex="1">
          <mxGeometry relative="1" x="-0.1975" as="geometry">
            <mxPoint as="offset" />
          </mxGeometry>
        </mxCell>
        <mxCell id="In8fDh9ZLN2M87an2Miy-69" parent="1" style="rhombus;whiteSpace=wrap;html=1;" value="Polaris&lt;br&gt;/gen/&lt;span style=&quot;white-space: pre-wrap; color: rgb(33, 33, 33); font-family: Inter, system-ui, -apple-system, &amp;quot;system-ui&amp;quot;, &amp;quot;Segoe UI&amp;quot;, Roboto, Oxygen, Ubuntu, Cantarell, &amp;quot;Fira Sans&amp;quot;, &amp;quot;Droid Sans&amp;quot;, Helvetica, Arial, sans-serif; text-align: left; background-color: rgb(255, 255, 255);&quot;&gt;getTmwJournalList&lt;br&gt;query = loan_acnt.&lt;br&gt;if response NOT CONTAINS&lt;br&gt;loan_application_id&lt;/span&gt;" vertex="1">
          <mxGeometry height="210" width="230" x="2327.5" y="835" as="geometry" />
        </mxCell>
        <mxCell id="In8fDh9ZLN2M87an2Miy-76" edge="1" parent="1" source="In8fDh9ZLN2M87an2Miy-72" style="edgeStyle=orthogonalEdgeStyle;rounded=0;orthogonalLoop=1;jettySize=auto;html=1;" target="In8fDh9ZLN2M87an2Miy-75" value="">
          <mxGeometry relative="1" as="geometry" />
        </mxCell>
        <mxCell id="In8fDh9ZLN2M87an2Miy-72" parent="1" style="whiteSpace=wrap;html=1;" value="loan_application&lt;br&gt;success" vertex="1">
          <mxGeometry height="60" width="120" x="2382.5" y="1140" as="geometry" />
        </mxCell>
        <mxCell id="In8fDh9ZLN2M87an2Miy-85" edge="1" parent="1" source="In8fDh9ZLN2M87an2Miy-75" style="edgeStyle=orthogonalEdgeStyle;rounded=0;orthogonalLoop=1;jettySize=auto;html=1;" target="In8fDh9ZLN2M87an2Miy-84" value="">
          <mxGeometry relative="1" as="geometry" />
        </mxCell>
        <mxCell id="In8fDh9ZLN2M87an2Miy-75" parent="1" style="whiteSpace=wrap;html=1;" value="release &lt;br&gt;loan_application.held_amount" vertex="1">
          <mxGeometry height="60" width="215" x="2335" y="1240" as="geometry" />
        </mxCell>
        <mxCell id="In8fDh9ZLN2M87an2Miy-78" edge="1" parent="1" source="In8fDh9ZLN2M87an2Miy-79" style="edgeStyle=orthogonalEdgeStyle;rounded=0;orthogonalLoop=1;jettySize=auto;html=1;" target="In8fDh9ZLN2M87an2Miy-80" value="">
          <mxGeometry relative="1" as="geometry" />
        </mxCell>
        <mxCell id="In8fDh9ZLN2M87an2Miy-79" parent="1" style="whiteSpace=wrap;html=1;" value="loan_application&lt;br&gt;success" vertex="1">
          <mxGeometry height="60" width="120" x="3755" y="905" as="geometry" />
        </mxCell>
        <mxCell id="In8fDh9ZLN2M87an2Miy-89" edge="1" parent="1" source="In8fDh9ZLN2M87an2Miy-80" style="edgeStyle=orthogonalEdgeStyle;rounded=0;orthogonalLoop=1;jettySize=auto;html=1;" target="In8fDh9ZLN2M87an2Miy-88" value="">
          <mxGeometry relative="1" as="geometry" />
        </mxCell>
        <mxCell id="In8fDh9ZLN2M87an2Miy-80" parent="1" style="whiteSpace=wrap;html=1;" value="release &lt;br&gt;loan_application.held_amount" vertex="1">
          <mxGeometry height="60" width="215" x="3707.5" y="1005" as="geometry" />
        </mxCell>
        <mxCell id="In8fDh9ZLN2M87an2Miy-95" edge="1" parent="1" source="In8fDh9ZLN2M87an2Miy-82" style="edgeStyle=orthogonalEdgeStyle;rounded=0;orthogonalLoop=1;jettySize=auto;html=1;" target="In8fDh9ZLN2M87an2Miy-94" value="">
          <mxGeometry relative="1" as="geometry" />
        </mxCell>
        <mxCell id="In8fDh9ZLN2M87an2Miy-82" parent="1" style="whiteSpace=wrap;html=1;" value="loan_application&lt;br&gt;next_retry_at = now + 5min" vertex="1">
          <mxGeometry height="60" width="170" x="3422.5" y="1065" as="geometry" />
        </mxCell>
        <mxCell id="In8fDh9ZLN2M87an2Miy-84" parent="1" style="whiteSpace=wrap;html=1;" value="create loan" vertex="1">
          <mxGeometry height="60" width="215" x="2335" y="1345" as="geometry" />
        </mxCell>
        <mxCell id="In8fDh9ZLN2M87an2Miy-88" parent="1" style="whiteSpace=wrap;html=1;" value="create loan" vertex="1">
          <mxGeometry height="60" width="215" x="3707.5" y="1125" as="geometry" />
        </mxCell>
        <mxCell id="In8fDh9ZLN2M87an2Miy-94" parent="1" style="whiteSpace=wrap;html=1;" value="retry_count &amp;gt; 3&lt;br&gt;status = unknown" vertex="1">
          <mxGeometry height="60" width="120" x="3447.5" y="1185" as="geometry" />
        </mxCell>
        <mxCell id="In8fDh9ZLN2M87an2Miy-101" edge="1" parent="1" source="In8fDh9ZLN2M87an2Miy-98" style="edgeStyle=orthogonalEdgeStyle;rounded=0;orthogonalLoop=1;jettySize=auto;html=1;" target="In8fDh9ZLN2M87an2Miy-100" value="">
          <mxGeometry relative="1" as="geometry" />
        </mxCell>
        <mxCell id="In8fDh9ZLN2M87an2Miy-103" connectable="0" parent="In8fDh9ZLN2M87an2Miy-101" style="edgeLabel;html=1;align=center;verticalAlign=middle;resizable=0;points=[];" value="0" vertex="1">
          <mxGeometry relative="1" x="-0.2536" y="-1" as="geometry">
            <mxPoint as="offset" />
          </mxGeometry>
        </mxCell>
        <mxCell id="In8fDh9ZLN2M87an2Miy-106" edge="1" parent="1" source="In8fDh9ZLN2M87an2Miy-98" style="edgeStyle=orthogonalEdgeStyle;rounded=0;orthogonalLoop=1;jettySize=auto;html=1;entryX=0;entryY=0.5;entryDx=0;entryDy=0;" target="In8fDh9ZLN2M87an2Miy-105">
          <mxGeometry relative="1" as="geometry" />
        </mxCell>
        <mxCell id="In8fDh9ZLN2M87an2Miy-98" parent="1" style="rhombus;whiteSpace=wrap;html=1;" value="db transaction success" vertex="1">
          <mxGeometry height="115" width="115" x="1310" y="877.5" as="geometry" />
        </mxCell>
        <mxCell id="In8fDh9ZLN2M87an2Miy-100" parent="1" style="whiteSpace=wrap;html=1;" value="return error to client" vertex="1">
          <mxGeometry height="60" width="120" x="1307.5" y="1090" as="geometry" />
        </mxCell>
        <mxCell id="In8fDh9ZLN2M87an2Miy-105" parent="1" style="rounded=0;whiteSpace=wrap;html=1;" value="Scheduler" vertex="1">
          <mxGeometry height="60" width="120" x="1620" y="905" as="geometry" />
        </mxCell>
      </root>
    </mxGraphModel>
  </diagram>
</mxfile>
